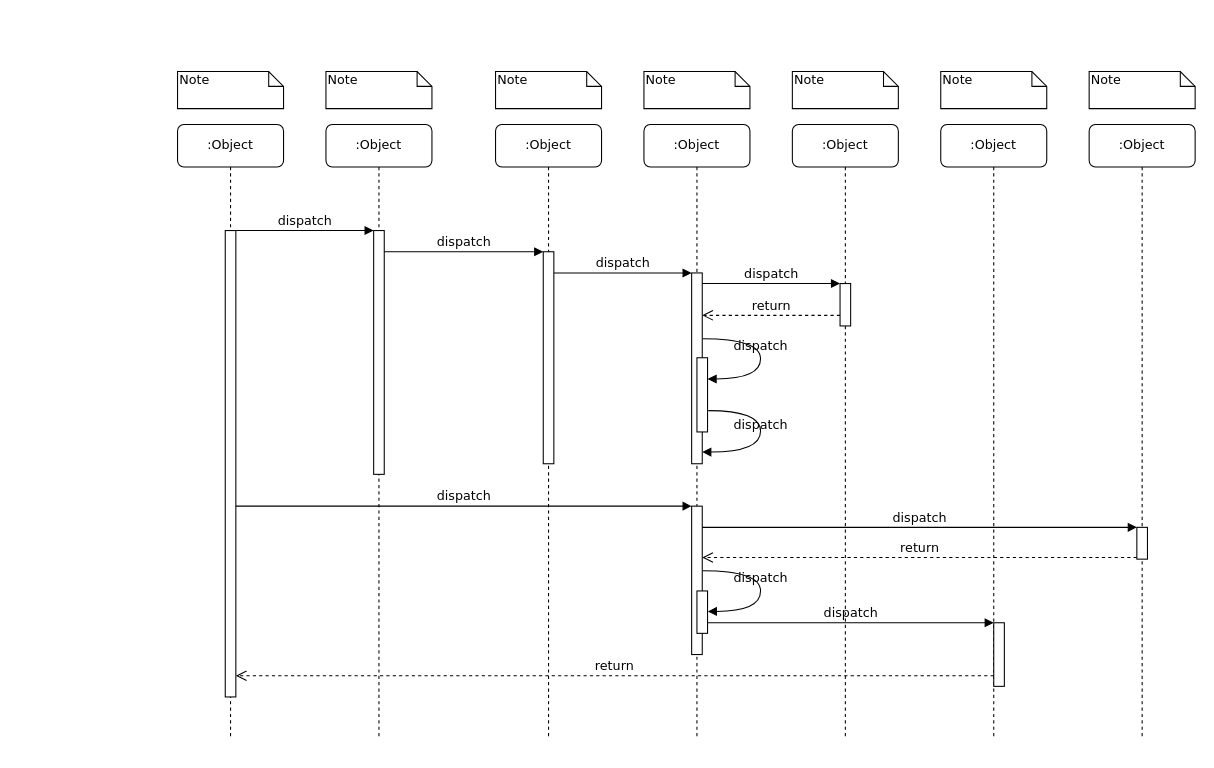
Earlier version of the draw.io diagram diagrams/Untitled Diagram.drawio (tiagodalloca/jira-mendix-integrator). Source tidied: cells renumbered, new cells numbered last; positions are measured from the earlier drawing's top-left corner, leaving out a move shared by most shapes. Both pictures are drawn from the tidied source at 106%, with x=0, y=0 at pixel (177, 71).
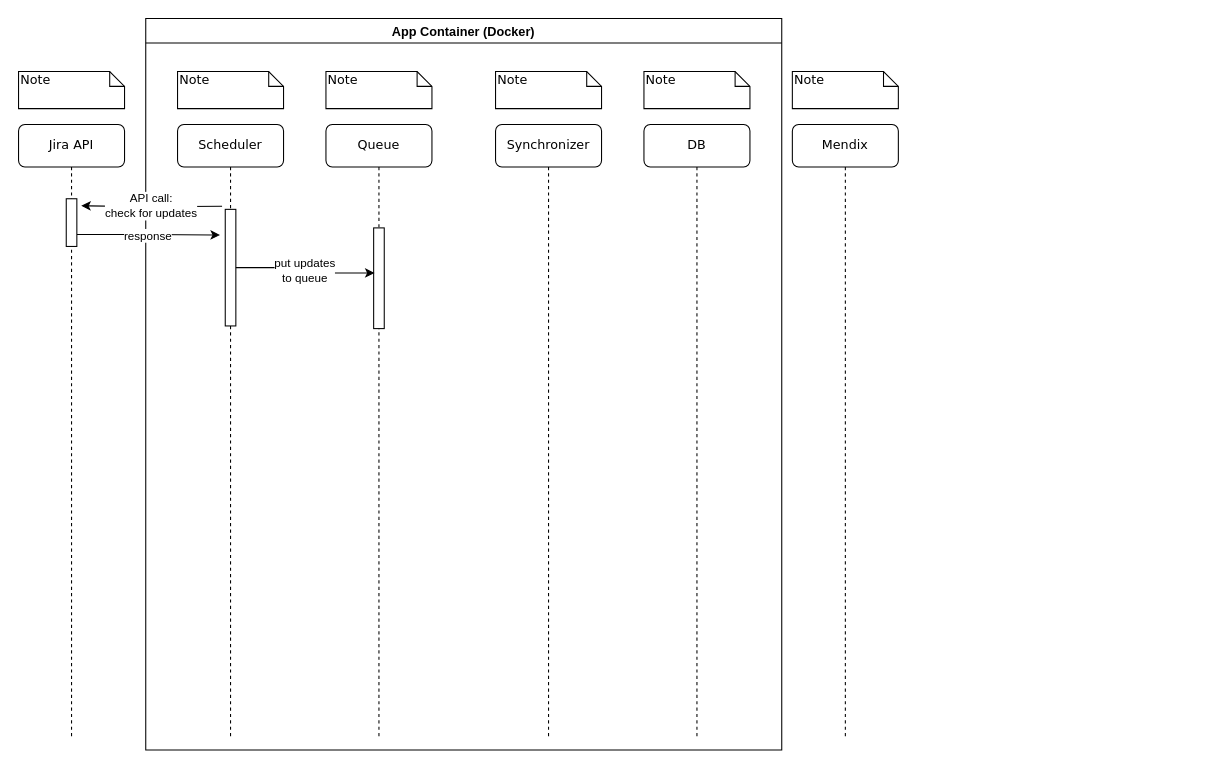
The same diagram, later.

Change to the diagram source:
```diff
@@
-    <mxCell id="2" value=":Object" style="shape=umlLifeline;perimeter=lifelinePerimeter;whiteSpace=wrap;html=1;rounded=1;shadow=0;comic=0;labelBackgroundColor=none;strokeWidth=1;fontFamily=Verdana;fontSize=12;align=center;" parent="1" vertex="1">
+    <mxCell id="2" value="Queue" style="shape=umlLifeline;perimeter=lifelinePerimeter;whiteSpace=wrap;html=1;rounded=1;shadow=0;comic=0;labelBackgroundColor=none;strokeWidth=1;fontFamily=Verdana;fontSize=12;align=center;" parent="1" vertex="1">
       <mxGeometry x="140" y="50" width="100" height="580" as="geometry" />
     </mxCell>
-    <mxCell id="3" style="html=1;points=[];perimeter=orthogonalPerimeter;rounded=0;shadow=0;comic=0;labelBackgroundColor=none;strokeWidth=1;fontFamily=Verdana;fontSize=12;align=center;" parent="2" vertex="1">
-      <mxGeometry x="45" y="100" width="10" height="230" as="geometry" />
-    </mxCell>
+    <mxCell id="39" style="rounded=0;whiteSpace=wrap;html=1;rotation=90;" parent="2" vertex="1">
+      <mxGeometry x="2.5" y="140" width="95" height="10" as="geometry" />
+    </mxCell>
-    <mxCell id="4" value=":Object" style="shape=umlLifeline;perimeter=lifelinePerimeter;whiteSpace=wrap;html=1;rounded=1;shadow=0;comic=0;labelBackgroundColor=none;strokeWidth=1;fontFamily=Verdana;fontSize=12;align=center;" parent="1" vertex="1">
+    <mxCell id="4" value="Synchronizer" style="shape=umlLifeline;perimeter=lifelinePerimeter;whiteSpace=wrap;html=1;rounded=1;shadow=0;comic=0;labelBackgroundColor=none;strokeWidth=1;fontFamily=Verdana;fontSize=12;align=center;" parent="1" vertex="1">
       <mxGeometry x="300" y="50" width="100" height="580" as="geometry" />
     </mxCell>
-    <mxCell id="5" style="html=1;points=[];perimeter=orthogonalPerimeter;rounded=0;shadow=0;comic=0;labelBackgroundColor=none;strokeWidth=1;fontFamily=Verdana;fontSize=12;align=center;" parent="4" vertex="1">
-      <mxGeometry x="45" y="120" width="10" height="200" as="geometry" />
-    </mxCell>
-    <mxCell id="6" value=":Object" style="shape=umlLifeline;perimeter=lifelinePerimeter;whiteSpace=wrap;html=1;rounded=1;shadow=0;comic=0;labelBackgroundColor=none;strokeWidth=1;fontFamily=Verdana;fontSize=12;align=center;" parent="1" vertex="1">
+    <mxCell id="6" value="DB" style="shape=umlLifeline;perimeter=lifelinePerimeter;whiteSpace=wrap;html=1;rounded=1;shadow=0;comic=0;labelBackgroundColor=none;strokeWidth=1;fontFamily=Verdana;fontSize=12;align=center;" parent="1" vertex="1">
       <mxGeometry x="440" y="50" width="100" height="580" as="geometry" />
     </mxCell>
-    <mxCell id="7" value=":Object" style="shape=umlLifeline;perimeter=lifelinePerimeter;whiteSpace=wrap;html=1;rounded=1;shadow=0;comic=0;labelBackgroundColor=none;strokeWidth=1;fontFamily=Verdana;fontSize=12;align=center;" parent="1" vertex="1">
-      <mxGeometry x="580" y="50" width="100" height="580" as="geometry" />
+    <mxCell id="7" value="Jira API" style="shape=umlLifeline;perimeter=lifelinePerimeter;whiteSpace=wrap;html=1;rounded=1;shadow=0;comic=0;labelBackgroundColor=none;strokeWidth=1;fontFamily=Verdana;fontSize=12;align=center;" parent="1" vertex="1">
+      <mxGeometry x="-150" y="50" width="100" height="580" as="geometry" />
     </mxCell>
-    <mxCell id="8" value=":Object" style="shape=umlLifeline;perimeter=lifelinePerimeter;whiteSpace=wrap;html=1;rounded=1;shadow=0;comic=0;labelBackgroundColor=none;strokeWidth=1;fontFamily=Verdana;fontSize=12;align=center;" parent="1" vertex="1">
-      <mxGeometry x="720" y="50" width="100" height="580" as="geometry" />
+    <mxCell id="8" value="&lt;div&gt;Mendix&lt;/div&gt;" style="shape=umlLifeline;perimeter=lifelinePerimeter;whiteSpace=wrap;html=1;rounded=1;shadow=0;comic=0;labelBackgroundColor=none;strokeWidth=1;fontFamily=Verdana;fontSize=12;align=center;" parent="1" vertex="1">
+      <mxGeometry x="580" y="50" width="100" height="580" as="geometry" />
     </mxCell>
-    <mxCell id="9" value=":Object" style="shape=umlLifeline;perimeter=lifelinePerimeter;whiteSpace=wrap;html=1;rounded=1;shadow=0;comic=0;labelBackgroundColor=none;strokeWidth=1;fontFamily=Verdana;fontSize=12;align=center;" parent="1" vertex="1">
-      <mxGeometry x="860" y="50" width="100" height="580" as="geometry" />
-    </mxCell>
-    <mxCell id="10" value=":Object" style="shape=umlLifeline;perimeter=lifelinePerimeter;whiteSpace=wrap;html=1;rounded=1;shadow=0;comic=0;labelBackgroundColor=none;strokeWidth=1;fontFamily=Verdana;fontSize=12;align=center;" parent="1" vertex="1">
+    <mxCell id="10" value="Scheduler" style="shape=umlLifeline;perimeter=lifelinePerimeter;whiteSpace=wrap;html=1;rounded=1;shadow=0;comic=0;labelBackgroundColor=none;strokeWidth=1;fontFamily=Verdana;fontSize=12;align=center;" parent="1" vertex="1">
       <mxGeometry y="50" width="100" height="580" as="geometry" />
     </mxCell>
-    <mxCell id="11" style="html=1;points=[];perimeter=orthogonalPerimeter;rounded=0;shadow=0;comic=0;labelBackgroundColor=none;strokeWidth=1;fontFamily=Verdana;fontSize=12;align=center;" parent="10" vertex="1">
-      <mxGeometry x="45" y="100" width="10" height="440" as="geometry" />
-    </mxCell>
-    <mxCell id="12" style="html=1;points=[];perimeter=orthogonalPerimeter;rounded=0;shadow=0;comic=0;labelBackgroundColor=none;strokeWidth=1;fontFamily=Verdana;fontSize=12;align=center;" parent="1" vertex="1">
-      <mxGeometry x="485" y="190" width="10" height="180" as="geometry" />
-    </mxCell>
-    <mxCell id="13" value="dispatch" style="html=1;verticalAlign=bottom;endArrow=block;labelBackgroundColor=none;fontFamily=Verdana;fontSize=12;edgeStyle=elbowEdgeStyle;elbow=vertical;" parent="1" edge="1" source="5" target="12">
-      <mxGeometry relative="1" as="geometry">
-        <Array as="points">
-          <mxPoint x="360" y="190" />
-        </Array>
-      </mxGeometry>
-    </mxCell>
-    <mxCell id="14" style="html=1;points=[];perimeter=orthogonalPerimeter;rounded=0;shadow=0;comic=0;labelBackgroundColor=none;strokeWidth=1;fontFamily=Verdana;fontSize=12;align=center;" parent="1" vertex="1">
-      <mxGeometry x="625" y="200" width="10" height="40" as="geometry" />
-    </mxCell>
-    <mxCell id="15" value="dispatch" style="html=1;verticalAlign=bottom;endArrow=block;entryX=0;entryY=0;labelBackgroundColor=none;fontFamily=Verdana;fontSize=12;edgeStyle=elbowEdgeStyle;elbow=vertical;" parent="1" edge="1" source="12" target="14">
-      <mxGeometry relative="1" as="geometry" />
-    </mxCell>
-    <mxCell id="16" value="return" style="html=1;verticalAlign=bottom;endArrow=open;dashed=1;endSize=8;labelBackgroundColor=none;fontFamily=Verdana;fontSize=12;edgeStyle=elbowEdgeStyle;elbow=vertical;" parent="1" edge="1" source="14" target="12">
-      <mxGeometry relative="1" as="geometry">
-        <Array as="points">
-          <mxPoint x="570" y="230" />
-          <mxPoint x="600" y="230" />
-        </Array>
-      </mxGeometry>
-    </mxCell>
-    <mxCell id="17" style="html=1;points=[];perimeter=orthogonalPerimeter;rounded=0;shadow=0;comic=0;labelBackgroundColor=none;strokeWidth=1;fontFamily=Verdana;fontSize=12;align=center;" parent="1" vertex="1">
-      <mxGeometry x="485" y="410" width="10" height="140" as="geometry" />
-    </mxCell>
-    <mxCell id="18" value="dispatch" style="html=1;verticalAlign=bottom;endArrow=block;entryX=0;entryY=0;labelBackgroundColor=none;fontFamily=Verdana;fontSize=12;" parent="1" edge="1" source="11" target="17">
-      <mxGeometry relative="1" as="geometry" />
-    </mxCell>
-    <mxCell id="19" style="html=1;points=[];perimeter=orthogonalPerimeter;rounded=0;shadow=0;comic=0;labelBackgroundColor=none;strokeColor=#000000;strokeWidth=1;fillColor=#FFFFFF;fontFamily=Verdana;fontSize=12;fontColor=#000000;align=center;" parent="1" vertex="1">
-      <mxGeometry x="905" y="430" width="10" height="30" as="geometry" />
-    </mxCell>
-    <mxCell id="20" value="dispatch" style="html=1;verticalAlign=bottom;endArrow=block;entryX=0;entryY=0;labelBackgroundColor=none;fontFamily=Verdana;fontSize=12;" parent="1" edge="1" source="17" target="19">
-      <mxGeometry relative="1" as="geometry" />
-    </mxCell>
-    <mxCell id="21" value="return" style="html=1;verticalAlign=bottom;endArrow=open;dashed=1;endSize=8;exitX=0;exitY=0.95;labelBackgroundColor=none;fontFamily=Verdana;fontSize=12;" parent="1" edge="1" source="19" target="17">
-      <mxGeometry relative="1" as="geometry" />
-    </mxCell>
-    <mxCell id="22" style="html=1;points=[];perimeter=orthogonalPerimeter;rounded=0;shadow=0;comic=0;labelBackgroundColor=none;strokeWidth=1;fontFamily=Verdana;fontSize=12;align=center;" parent="1" vertex="1">
-      <mxGeometry x="770" y="520" width="10" height="60" as="geometry" />
-    </mxCell>
-    <mxCell id="23" value="dispatch" style="html=1;verticalAlign=bottom;endArrow=block;entryX=0;entryY=0;labelBackgroundColor=none;fontFamily=Verdana;fontSize=12;edgeStyle=elbowEdgeStyle;elbow=vertical;" parent="1" edge="1" source="30" target="22">
-      <mxGeometry relative="1" as="geometry" />
-    </mxCell>
-    <mxCell id="24" value="return" style="html=1;verticalAlign=bottom;endArrow=open;dashed=1;endSize=8;labelBackgroundColor=none;fontFamily=Verdana;fontSize=12;edgeStyle=elbowEdgeStyle;elbow=vertical;" parent="1" edge="1" source="22" target="11">
-      <mxGeometry relative="1" as="geometry">
-        <Array as="points">
-          <mxPoint x="470" y="570" />
-        </Array>
-      </mxGeometry>
-    </mxCell>
-    <mxCell id="25" value="dispatch" style="html=1;verticalAlign=bottom;endArrow=block;entryX=0;entryY=0;labelBackgroundColor=none;fontFamily=Verdana;fontSize=12;edgeStyle=elbowEdgeStyle;elbow=vertical;" parent="1" edge="1" source="11" target="3">
-      <mxGeometry relative="1" as="geometry" />
-    </mxCell>
-    <mxCell id="26" value="dispatch" style="html=1;verticalAlign=bottom;endArrow=block;entryX=0;entryY=0;labelBackgroundColor=none;fontFamily=Verdana;fontSize=12;edgeStyle=elbowEdgeStyle;elbow=vertical;" parent="1" edge="1" source="3" target="5">
-      <mxGeometry relative="1" as="geometry" />
-    </mxCell>
-    <mxCell id="27" style="html=1;points=[];perimeter=orthogonalPerimeter;rounded=0;shadow=0;comic=0;labelBackgroundColor=none;strokeWidth=1;fontFamily=Verdana;fontSize=12;align=center;" parent="1" vertex="1">
-      <mxGeometry x="490" y="270" width="10" height="70" as="geometry" />
-    </mxCell>
-    <mxCell id="28" value="dispatch" style="html=1;verticalAlign=bottom;endArrow=block;labelBackgroundColor=none;fontFamily=Verdana;fontSize=12;elbow=vertical;edgeStyle=orthogonalEdgeStyle;curved=1;entryX=1;entryY=0.286;entryPerimeter=0;exitX=1.038;exitY=0.345;exitPerimeter=0;" parent="1" edge="1" source="12" target="27">
-      <mxGeometry relative="1" as="geometry">
-        <Array as="points">
-          <mxPoint x="550" y="252" />
-          <mxPoint x="550" y="290" />
-        </Array>
-      </mxGeometry>
-    </mxCell>
-    <mxCell id="29" value="dispatch" style="html=1;verticalAlign=bottom;endArrow=block;labelBackgroundColor=none;fontFamily=Verdana;fontSize=12;elbow=vertical;edgeStyle=orthogonalEdgeStyle;curved=1;exitX=1.066;exitY=0.713;exitPerimeter=0;" parent="1" edge="1" source="27">
-      <mxGeometry relative="1" as="geometry">
-        <mxPoint x="495" y="359" as="targetPoint" />
-        <Array as="points">
-          <mxPoint x="550" y="320" />
-          <mxPoint x="550" y="359" />
-        </Array>
-      </mxGeometry>
-    </mxCell>
-    <mxCell id="30" style="html=1;points=[];perimeter=orthogonalPerimeter;rounded=0;shadow=0;comic=0;labelBackgroundColor=none;strokeWidth=1;fontFamily=Verdana;fontSize=12;align=center;" parent="1" vertex="1">
-      <mxGeometry x="490" y="490" width="10" height="40" as="geometry" />
-    </mxCell>
-    <mxCell id="31" value="dispatch" style="html=1;verticalAlign=bottom;endArrow=block;labelBackgroundColor=none;fontFamily=Verdana;fontSize=12;elbow=vertical;edgeStyle=orthogonalEdgeStyle;curved=1;entryX=1;entryY=0.286;entryPerimeter=0;exitX=1.038;exitY=0.345;exitPerimeter=0;" parent="1" edge="1">
-      <mxGeometry relative="1" as="geometry">
-        <mxPoint x="495.3" y="471" as="sourcePoint" />
-        <mxPoint x="500.3" y="509.3" as="targetPoint" />
-        <Array as="points">
-          <mxPoint x="550" y="471" />
-          <mxPoint x="550" y="509" />
-        </Array>
-      </mxGeometry>
-    </mxCell>
@@
     <mxCell id="36" value="Note" style="shape=note;whiteSpace=wrap;html=1;size=14;verticalAlign=top;align=left;spacingTop=-6;rounded=0;shadow=0;comic=0;labelBackgroundColor=none;strokeWidth=1;fontFamily=Verdana;fontSize=12;" parent="1" vertex="1">
-      <mxGeometry x="580" width="100" height="35" as="geometry" />
+      <mxGeometry x="-150" width="100" height="35" as="geometry" />
     </mxCell>
     <mxCell id="37" value="Note" style="shape=note;whiteSpace=wrap;html=1;size=14;verticalAlign=top;align=left;spacingTop=-6;rounded=0;shadow=0;comic=0;labelBackgroundColor=none;strokeWidth=1;fontFamily=Verdana;fontSize=12;" parent="1" vertex="1">
-      <mxGeometry x="720" width="100" height="35" as="geometry" />
+      <mxGeometry x="580" width="100" height="35" as="geometry" />
     </mxCell>
-    <mxCell id="38" value="Note" style="shape=note;whiteSpace=wrap;html=1;size=14;verticalAlign=top;align=left;spacingTop=-6;rounded=0;shadow=0;comic=0;labelBackgroundColor=none;strokeWidth=1;fontFamily=Verdana;fontSize=12;" parent="1" vertex="1">
-      <mxGeometry x="860" width="100" height="35" as="geometry" />
-    </mxCell>
+    <mxCell id="40" value="App Container (Docker)" style="swimlane;" parent="1" vertex="1">
+      <mxGeometry x="-30" y="-50" width="600" height="690" as="geometry" />
+    </mxCell>
+    <mxCell id="41" style="rounded=0;whiteSpace=wrap;html=1;rotation=90;" parent="40" vertex="1">
+      <mxGeometry x="25" y="230" width="110" height="10" as="geometry" />
+    </mxCell>
+    <mxCell id="42" value="&lt;div&gt;response&lt;/div&gt;" style="edgeStyle=orthogonalEdgeStyle;rounded=0;jettySize=auto;html=1;exitX=0.75;exitY=0;exitDx=0;exitDy=0;" parent="1" edge="1" source="43">
+      <mxGeometry relative="1" as="geometry">
+        <mxPoint x="40" y="154.2" as="targetPoint" />
+      </mxGeometry>
+    </mxCell>
+    <mxCell id="43" style="rounded=0;whiteSpace=wrap;html=1;rotation=90;" parent="1" vertex="1">
+      <mxGeometry x="-122.5" y="137.5" width="45" height="10" as="geometry" />
+    </mxCell>
+    <mxCell id="44" value="&lt;div&gt;API call: &lt;br&gt;&lt;/div&gt;&lt;div&gt;check for updates&lt;/div&gt;" style="edgeStyle=orthogonalEdgeStyle;rounded=0;jettySize=auto;html=1;entryX=0.148;entryY=-0.417;entryDx=0;entryDy=0;entryPerimeter=0;" parent="1" edge="1" target="43">
+      <mxGeometry relative="1" as="geometry">
+        <mxPoint x="42" y="127" as="sourcePoint" />
+      </mxGeometry>
+    </mxCell>
+    <mxCell id="45" value="&lt;div&gt;put updates &lt;br&gt;&lt;/div&gt;&lt;div&gt;to queue&lt;/div&gt;" style="edgeStyle=orthogonalEdgeStyle;rounded=0;jettySize=auto;html=1;exitX=0.5;exitY=0;exitDx=0;exitDy=0;entryX=0.447;entryY=0.917;entryDx=0;entryDy=0;entryPerimeter=0;" parent="1" edge="1" source="41" target="39">
+      <mxGeometry relative="1" as="geometry" />
+    </mxCell>
```
